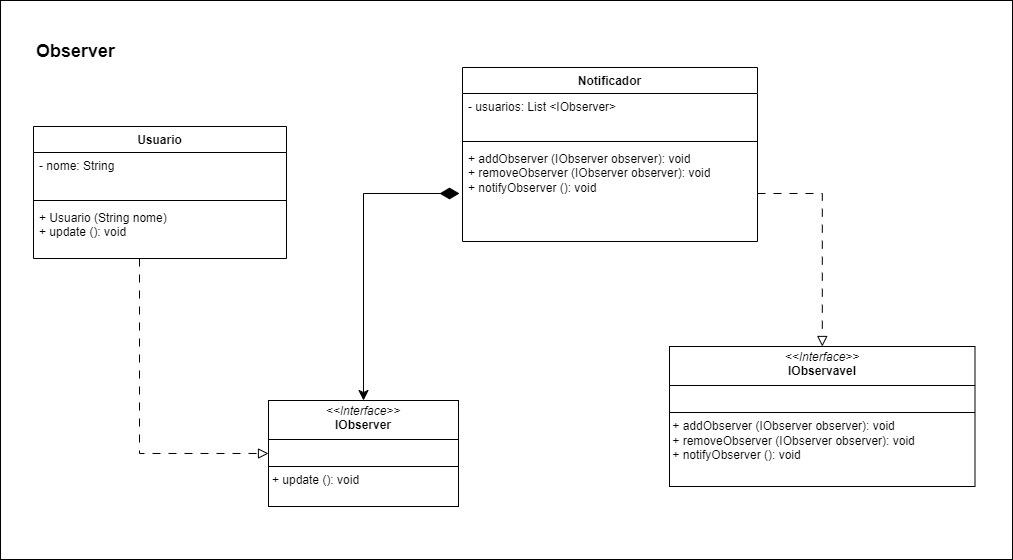
Before: Diagramas_UML/Observer.png, a diagram exported from draw.io (ClaudiaCBS/ADS04_IES300). Source tidied: cells renumbered, new cells last; positions are measured from the earlier drawing's top-left corner, leaving out a move shared by most shapes.
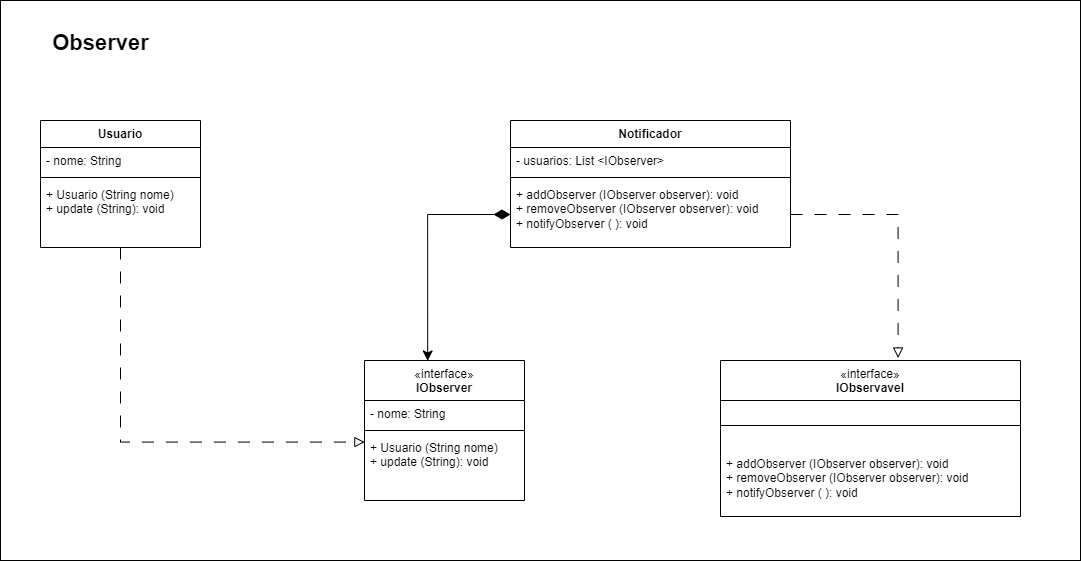
After the change.

Commit message:
Correção UML Observer

The edit, as a diff of the source:
```diff
@@ -1,55 +1,70 @@
 <mxGraphModel>
   <root>
-    <mxCell id="0" />
-    <mxCell id="1" parent="0" />
-    <mxCell id="2" style="rounded=0;whiteSpace=wrap;html=1;" parent="1" vertex="1">
-      <mxGeometry width="1012" height="559" as="geometry" />
-    </mxCell>
+    <mxCell id="17" />
+    <mxCell id="18" parent="17" />
+    <mxCell id="19" style="rounded=0;whiteSpace=wrap;html=1;" parent="18" vertex="1">
+      <mxGeometry x="317" y="73" width="1080" height="560" as="geometry" />
+    </mxCell>
+    <mxCell id="8" value="&lt;b&gt;Usuario&lt;/b&gt;" style="swimlane;fontStyle=1;align=center;verticalAlign=top;horizontal=1;startSize=27;whiteSpace=wrap;html=1;" parent="18" vertex="1">
+      <mxGeometry x="357" y="193" width="160" height="127" as="geometry" />
+    </mxCell>
+    <mxCell id="20" value="&lt;div&gt;- nome: String&lt;/div&gt;" style="text;strokeColor=none;fillColor=none;align=left;verticalAlign=top;spacingLeft=4;spacingRight=4;overflow=hidden;whiteSpace=wrap;html=1;" parent="8" vertex="1">
+      <mxGeometry y="27" width="160" height="26" as="geometry" />
+    </mxCell>
+    <mxCell id="21" style="line;strokeWidth=1;fillColor=none;align=left;verticalAlign=middle;spacingTop=-1;spacingLeft=3;spacingRight=3;labelPosition=right;strokeColor=inherit;" parent="8" vertex="1">
+      <mxGeometry y="53" width="160" height="8" as="geometry" />
+    </mxCell>
+    <mxCell id="22" value="+ Usuario (String nome)&lt;div&gt;+ update (String): void&lt;/div&gt;" style="text;strokeColor=none;fillColor=none;align=left;verticalAlign=top;spacingLeft=4;spacingRight=4;overflow=hidden;points=[[0,0.5],[1,0.5]];portConstraint=eastwest;whiteSpace=wrap;html=1;" parent="8" vertex="1">
+      <mxGeometry y="61" width="160" height="66" as="geometry" />
+    </mxCell>
+    <mxCell id="23" value="&lt;span style=&quot;font-weight: 400;&quot;&gt;«interface»&lt;/span&gt;&lt;br style=&quot;font-weight: 400;&quot;&gt;&lt;b&gt;IObserver&lt;/b&gt;" style="swimlane;fontStyle=1;align=center;verticalAlign=top;horizontal=1;startSize=40;whiteSpace=wrap;html=1;" parent="18" vertex="1">
+      <mxGeometry x="681" y="433" width="160" height="140" as="geometry" />
+    </mxCell>
+    <mxCell id="24" value="&lt;div&gt;- nome: String&lt;/div&gt;" style="text;strokeColor=none;fillColor=none;align=left;verticalAlign=top;spacingLeft=4;spacingRight=4;overflow=hidden;whiteSpace=wrap;html=1;" parent="23" vertex="1">
+      <mxGeometry y="40" width="160" height="26" as="geometry" />
+    </mxCell>
+    <mxCell id="25" style="line;strokeWidth=1;fillColor=none;align=left;verticalAlign=middle;spacingTop=-1;spacingLeft=3;spacingRight=3;labelPosition=right;strokeColor=inherit;" parent="23" vertex="1">
+      <mxGeometry y="66" width="160" height="8" as="geometry" />
+    </mxCell>
+    <mxCell id="26" value="+ Usuario (String nome)&lt;div&gt;+ update (String): void&lt;/div&gt;" style="text;strokeColor=none;fillColor=none;align=left;verticalAlign=top;spacingLeft=4;spacingRight=4;overflow=hidden;points=[[0,0.5],[1,0.5]];portConstraint=eastwest;whiteSpace=wrap;html=1;" parent="23" vertex="1">
+      <mxGeometry y="74" width="160" height="66" as="geometry" />
+    </mxCell>
-    <mxCell id="3" value="Notificador" style="swimlane;fontStyle=1;align=center;verticalAlign=top;horizontal=1;startSize=26;whiteSpace=wrap;html=1;" parent="1" vertex="1">
-      <mxGeometry x="462" y="67" width="295" height="174" as="geometry" />
+    <mxCell id="3" value="&lt;b&gt;Notificador&lt;/b&gt;" style="swimlane;fontStyle=1;align=center;verticalAlign=top;horizontal=1;startSize=27;whiteSpace=wrap;html=1;" parent="18" vertex="1">
+      <mxGeometry x="827" y="193" width="280" height="127" as="geometry" />
     </mxCell>
-    <mxCell id="4" value="- usuarios: List &amp;lt;IObserver&amp;gt;" style="text;strokeColor=none;fillColor=none;align=left;verticalAlign=top;spacingLeft=4;spacingRight=4;overflow=hidden;whiteSpace=wrap;html=1;" parent="3" vertex="1">
-      <mxGeometry y="26" width="295" height="44" as="geometry" />
+    <mxCell id="4" value="&lt;div&gt;- usuarios: List &amp;lt;IObserver&amp;gt;&lt;/div&gt;" style="text;strokeColor=none;fillColor=none;align=left;verticalAlign=top;spacingLeft=4;spacingRight=4;overflow=hidden;whiteSpace=wrap;html=1;" parent="3" vertex="1">
+      <mxGeometry y="27" width="280" height="26" as="geometry" />
     </mxCell>
-    <mxCell id="5" style="line;strokeWidth=1;fillColor=none;align=left;verticalAlign=middle;spacingTop=-1;spacingLeft=3;spacingRight=3;labelPosition=right;strokeColor=inherit;" parent="3" vertex="1">
-      <mxGeometry y="70" width="295" height="8" as="geometry" />
-    </mxCell>
-    <mxCell id="6" value="&lt;div&gt;&lt;span style=&quot;background-color: initial;&quot;&gt;+ addObserver (IObserver observer): void&lt;/span&gt;&lt;/div&gt;&lt;div&gt;+ removeObserver (IObserver observer): void&lt;span style=&quot;background-color: initial;&quot;&gt;&lt;br&gt;&lt;/span&gt;&lt;/div&gt;&lt;div&gt;+ notifyObserver (): void&lt;br&gt;&lt;/div&gt;" style="text;strokeColor=none;fillColor=none;align=left;verticalAlign=top;spacingLeft=4;spacingRight=4;overflow=hidden;points=[[0,0.5],[1,0.5]];portConstraint=eastwest;whiteSpace=wrap;html=1;" parent="3" vertex="1">
-      <mxGeometry y="78" width="295" height="96" as="geometry" />
-    </mxCell>
+    <mxCell id="27" style="line;strokeWidth=1;fillColor=none;align=left;verticalAlign=middle;spacingTop=-1;spacingLeft=3;spacingRight=3;labelPosition=right;strokeColor=inherit;" parent="3" vertex="1">
+      <mxGeometry y="53" width="280" height="8" as="geometry" />
+    </mxCell>
+    <mxCell id="28" value="+ addObserver (IObserver observer): void&lt;div&gt;+ removeObserver (IObserver observer): void&lt;br&gt;&lt;/div&gt;&lt;div&gt;+ notifyObserver ( ): void&lt;br&gt;&lt;/div&gt;" style="text;strokeColor=none;fillColor=none;align=left;verticalAlign=top;spacingLeft=4;spacingRight=4;overflow=hidden;points=[[0,0.5],[1,0.5]];portConstraint=eastwest;whiteSpace=wrap;html=1;" parent="3" vertex="1">
+      <mxGeometry y="61" width="280" height="66" as="geometry" />
+    </mxCell>
+    <mxCell id="29" value="&lt;span style=&quot;font-weight: 400;&quot;&gt;«interface»&lt;/span&gt;&lt;br style=&quot;font-weight: 400;&quot;&gt;&lt;b&gt;IObservavel&lt;/b&gt;" style="swimlane;fontStyle=1;align=center;verticalAlign=top;horizontal=1;startSize=40;whiteSpace=wrap;html=1;" parent="18" vertex="1">
+      <mxGeometry x="1037" y="433" width="300" height="156" as="geometry" />
+    </mxCell>
+    <mxCell id="30" style="line;strokeWidth=1;fillColor=none;align=left;verticalAlign=middle;spacingTop=-1;spacingLeft=3;spacingRight=3;labelPosition=right;strokeColor=inherit;" parent="29" vertex="1">
+      <mxGeometry y="40" width="300" height="50" as="geometry" />
+    </mxCell>
+    <mxCell id="31" value="+ addObserver (IObserver observer): void&lt;div&gt;+ removeObserver (IObserver observer): void&lt;br&gt;&lt;/div&gt;&lt;div&gt;+ notifyObserver ( ): void&lt;/div&gt;" style="text;strokeColor=none;fillColor=none;align=left;verticalAlign=top;spacingLeft=4;spacingRight=4;overflow=hidden;whiteSpace=wrap;html=1;" parent="29" vertex="1">
+      <mxGeometry y="90" width="300" height="66" as="geometry" />
+    </mxCell>
+    <mxCell id="32" style="edgeStyle=orthogonalEdgeStyle;rounded=0;jettySize=auto;html=1;entryX=0.002;entryY=0.115;entryDx=0;entryDy=0;entryPerimeter=0;fontSize=12;startSize=8;endSize=8;dashed=1;dashPattern=12 12;endArrow=block;endFill=0;" parent="18" edge="1" source="22" target="26">
+      <mxGeometry relative="1" as="geometry">
+        <Array as="points">
+          <mxPoint x="437" y="515" />
+        </Array>
+      </mxGeometry>
+    </mxCell>
+    <mxCell id="33" style="edgeStyle=orthogonalEdgeStyle;rounded=0;jettySize=auto;html=1;entryX=0.395;entryY=0.003;entryDx=0;entryDy=0;entryPerimeter=0;fontSize=12;startSize=14;endSize=8;startArrow=diamondThin;startFill=1;" parent="18" edge="1" source="28" target="23">
+      <mxGeometry relative="1" as="geometry" />
+    </mxCell>
+    <mxCell id="34" style="edgeStyle=orthogonalEdgeStyle;rounded=0;jettySize=auto;html=1;entryX=0.592;entryY=-0.016;entryDx=0;entryDy=0;entryPerimeter=0;fontSize=12;startSize=8;endSize=8;dashed=1;dashPattern=12 12;endArrow=block;endFill=0;" parent="18" edge="1" source="28" target="29">
+      <mxGeometry relative="1" as="geometry" />
+    </mxCell>
-    <mxCell id="7" value="Observer" style="text;html=1;align=left;verticalAlign=middle;whiteSpace=wrap;rounded=0;fontStyle=1;fontSize=18;" parent="1" vertex="1">
-      <mxGeometry x="34" y="26" width="160" height="50" as="geometry" />
+    <mxCell id="7" value="Observer" style="text;align=center;fontStyle=1;verticalAlign=middle;spacingLeft=3;spacingRight=3;strokeColor=none;html=1;fontSize=22;" parent="18" vertex="1">
+      <mxGeometry x="357" y="103" width="120" height="26" as="geometry" />
     </mxCell>
-    <mxCell id="8" value="Usuario" style="swimlane;fontStyle=1;align=center;verticalAlign=top;horizontal=1;startSize=26;whiteSpace=wrap;html=1;" parent="1" vertex="1">
-      <mxGeometry x="33" y="126" width="253" height="132" as="geometry" />
-    </mxCell>
-    <mxCell id="9" value="- nome: String" style="text;strokeColor=none;fillColor=none;align=left;verticalAlign=top;spacingLeft=4;spacingRight=4;overflow=hidden;whiteSpace=wrap;html=1;" parent="8" vertex="1">
-      <mxGeometry y="26" width="253" height="44" as="geometry" />
-    </mxCell>
-    <mxCell id="10" style="line;strokeWidth=1;fillColor=none;align=left;verticalAlign=middle;spacingTop=-1;spacingLeft=3;spacingRight=3;labelPosition=right;strokeColor=inherit;" parent="8" vertex="1">
-      <mxGeometry y="70" width="253" height="8" as="geometry" />
-    </mxCell>
-    <mxCell id="11" value="&lt;div&gt;&lt;span style=&quot;background-color: initial;&quot;&gt;+ Usuario (String nome)&lt;/span&gt;&lt;br&gt;&lt;/div&gt;&lt;div&gt;+ update (): void&lt;/div&gt;" style="text;strokeColor=none;fillColor=none;align=left;verticalAlign=top;spacingLeft=4;spacingRight=4;overflow=hidden;points=[[0,0.5],[1,0.5]];portConstraint=eastwest;whiteSpace=wrap;html=1;" parent="8" vertex="1">
-      <mxGeometry y="78" width="253" height="54" as="geometry" />
-    </mxCell>
-    <mxCell id="12" value="&lt;p style=&quot;margin:0px;margin-top:4px;text-align:center;&quot;&gt;&lt;i&gt;&amp;lt;&amp;lt;Interface&amp;gt;&amp;gt;&lt;/i&gt;&lt;br&gt;&lt;b&gt;IObserver&lt;/b&gt;&lt;/p&gt;&lt;hr size=&quot;1&quot; style=&quot;border-style:solid;&quot;&gt;&lt;p style=&quot;margin:0px;margin-left:4px;&quot;&gt;&lt;br&gt;&lt;/p&gt;&lt;hr size=&quot;1&quot; style=&quot;border-style:solid;&quot;&gt;&lt;p style=&quot;margin:0px;margin-left:4px;&quot;&gt;+ update (): void&lt;/p&gt;" style="verticalAlign=top;align=left;overflow=fill;html=1;whiteSpace=wrap;" parent="1" vertex="1">
-      <mxGeometry x="268" y="400" width="190" height="106" as="geometry" />
-    </mxCell>
-    <mxCell id="13" value="&lt;p style=&quot;margin:0px;margin-top:4px;text-align:center;&quot;&gt;&lt;i&gt;&amp;lt;&amp;lt;Interface&amp;gt;&amp;gt;&lt;/i&gt;&lt;br&gt;&lt;b&gt;IObservavel&lt;/b&gt;&lt;/p&gt;&lt;hr size=&quot;1&quot; style=&quot;border-style:solid;&quot;&gt;&lt;p style=&quot;margin:0px;margin-left:4px;&quot;&gt;&lt;br&gt;&lt;/p&gt;&lt;hr size=&quot;1&quot; style=&quot;border-style:solid;&quot;&gt;&lt;div&gt;&lt;span style=&quot;background-color: initial;&quot;&gt;&amp;nbsp;+ addObserver (IObserver observer): void&lt;/span&gt;&lt;/div&gt;&lt;div&gt;&amp;nbsp;+ removeObserver (IObserver observer): void&lt;span style=&quot;background-color: initial;&quot;&gt;&lt;br&gt;&lt;/span&gt;&lt;/div&gt;&lt;div&gt;&amp;nbsp;+ notifyObserver (): void&lt;/div&gt;" style="verticalAlign=top;align=left;overflow=fill;html=1;whiteSpace=wrap;" parent="1" vertex="1">
-      <mxGeometry x="669" y="346" width="305.5" height="140" as="geometry" />
-    </mxCell>
-    <mxCell id="14" style="edgeStyle=orthogonalEdgeStyle;rounded=0;jettySize=auto;html=1;fontSize=12;startSize=8;endSize=8;endArrow=block;endFill=0;dashed=1;dashPattern=8 8;" parent="1" edge="1" source="6" target="13">
-      <mxGeometry relative="1" as="geometry" />
-    </mxCell>
-    <mxCell id="15" style="edgeStyle=orthogonalEdgeStyle;rounded=0;jettySize=auto;html=1;entryX=0.5;entryY=0;entryDx=0;entryDy=0;fontSize=12;startSize=17;endSize=8;sourcePerimeterSpacing=3;startArrow=diamondThin;startFill=1;targetPerimeterSpacing=13;" parent="1" edge="1" source="6" target="12">
-      <mxGeometry relative="1" as="geometry" />
-    </mxCell>
-    <mxCell id="16" style="edgeStyle=orthogonalEdgeStyle;rounded=0;jettySize=auto;html=1;fontSize=12;startSize=8;endSize=8;dashed=1;dashPattern=8 8;endArrow=block;endFill=0;" parent="1" edge="1" source="11" target="12">
-      <mxGeometry relative="1" as="geometry">
-        <Array as="points">
-          <mxPoint x="139" y="453" />
-        </Array>
-      </mxGeometry>
-    </mxCell>
   </root>
 </mxGraphModel>
```
